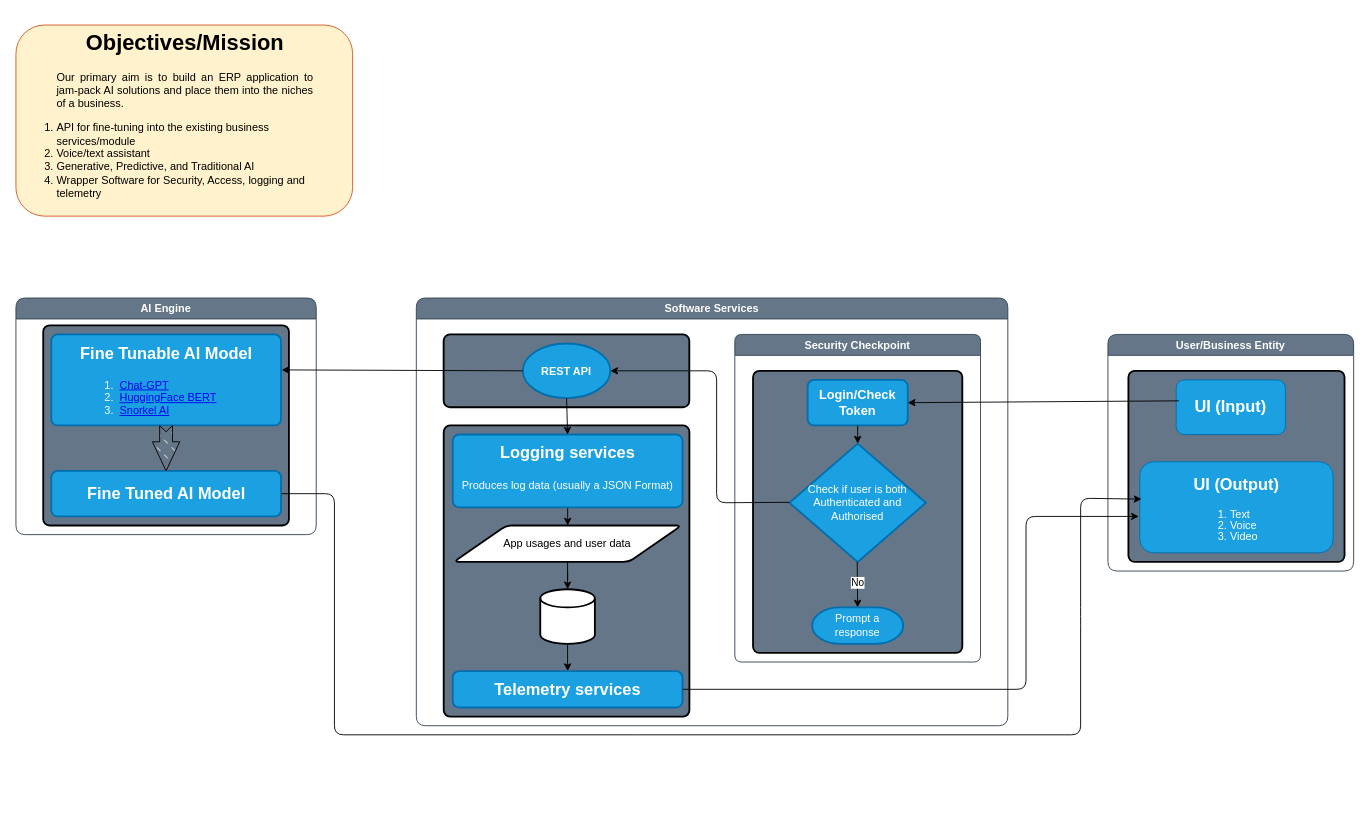
Above: System-Design.drawio in Pramosh-Sursa/AI-POC (draw.io), before the change. Source tidied: cells renumbered, new cells numbered last; positions are measured from the earlier drawing's top-left corner, leaving out a move shared by most shapes. Both pictures are drawn from the tidied source at 91%, with x=0, y=0 at pixel (15, 25).
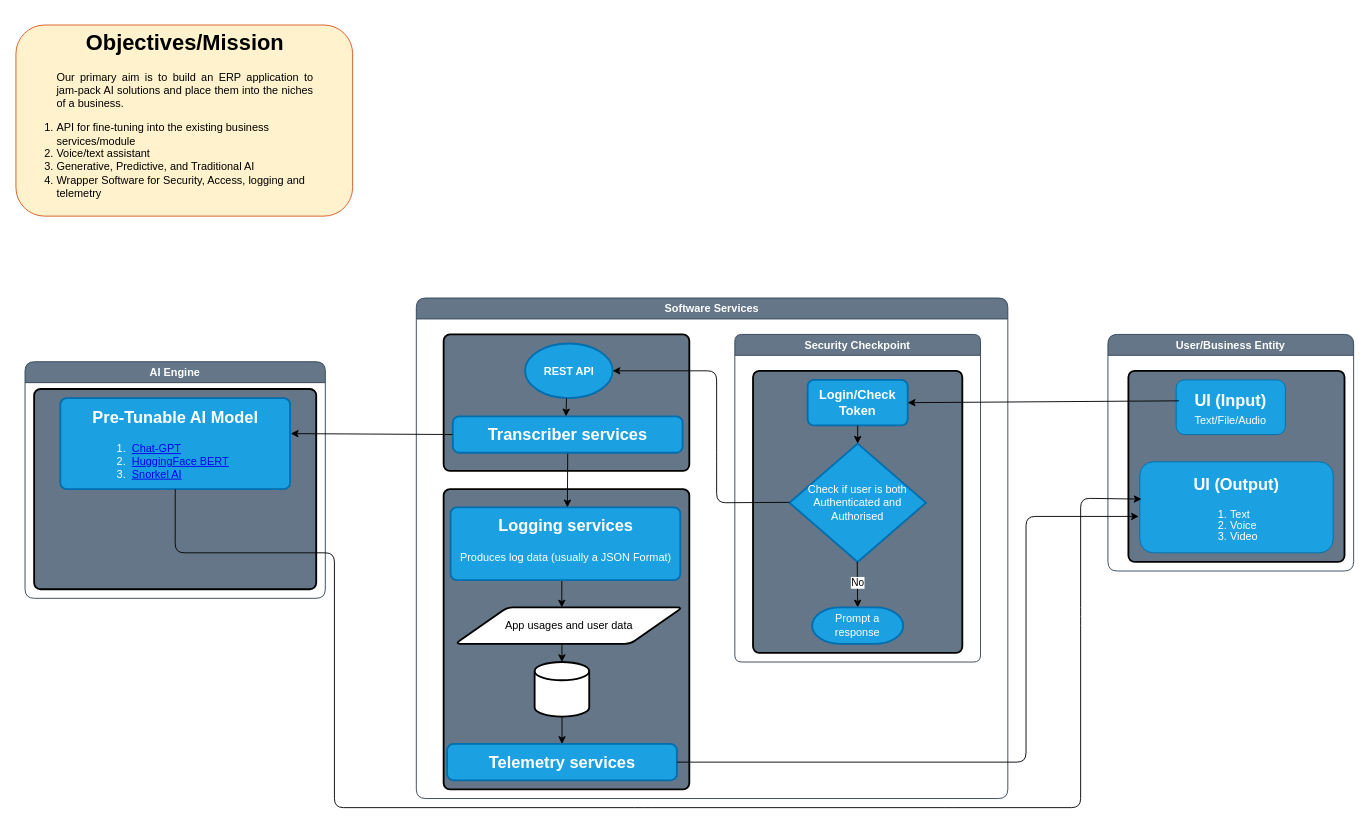
After the change.

Commit message:
AI engine and the REST API is updated

The change refers to these unchanged cells:
```xml
<mxCell id="8" value="User/Business Entity" style="swimlane;whiteSpace=wrap;html=1;rounded=1;fillColor=#647687;fontColor=#ffffff;strokeColor=#314354;" parent="1" vertex="1">
  <mxGeometry x="1200" y="340" width="270" height="260" as="geometry" />
</mxCell>
<mxCell id="11" value="&lt;p style=&quot;line-height: 120%;&quot;&gt;&lt;/p&gt;&lt;h2&gt;UI (Output)&lt;/h2&gt;&lt;div align=&quot;left&quot;&gt;&lt;ol style=&quot;line-height: 100%;&quot;&gt;&lt;li&gt;Text&lt;/li&gt;&lt;li&gt;Voice&lt;/li&gt;&lt;li&gt;Video&lt;/li&gt;&lt;/ol&gt;&lt;/div&gt;&lt;p&gt;&lt;/p&gt;" style="rounded=1;whiteSpace=wrap;html=1;fillColor=#1ba1e2;fontColor=#ffffff;strokeColor=#006EAF;" parent="8" vertex="1">
  <mxGeometry x="35" y="140" width="212.5" height="100" as="geometry" />
</mxCell>
```

Change to the diagram source:
```diff
@@
     <mxCell id="2" value="&lt;div&gt;AI Engine&lt;/div&gt;" style="swimlane;whiteSpace=wrap;html=1;rounded=1;fillColor=#647687;fontColor=#ffffff;strokeColor=#314354;glass=0;fillStyle=auto;gradientColor=none;" parent="1" vertex="1">
-      <mxGeometry y="300" width="330" height="260" as="geometry" />
+      <mxGeometry x="10" y="370" width="330" height="260" as="geometry" />
     </mxCell>
     <mxCell id="3" style="rounded=1;whiteSpace=wrap;html=1;absoluteArcSize=1;arcSize=14;strokeWidth=2;fillColor=#647687;" parent="2" vertex="1">
-      <mxGeometry x="30" y="30" width="270" height="220" as="geometry" />
+      <mxGeometry x="10" y="30" width="310" height="220" as="geometry" />
     </mxCell>
-    <mxCell id="4" value="&lt;h2&gt;Fine Tunable AI Model&lt;/h2&gt;&lt;div align=&quot;left&quot;&gt;&lt;ol&gt;&lt;li&gt;&amp;nbsp;&lt;a href=&quot;https://platform.openai.com/docs/guides/fine-tuning&quot;&gt;Chat-GPT&lt;/a&gt;&lt;/li&gt;&lt;li&gt;&amp;nbsp;&lt;a href=&quot;https://huggingface.co/distilbert-base-uncased&quot;&gt;HuggingFace BERT&lt;/a&gt;&lt;/li&gt;&lt;li&gt;&amp;nbsp;&lt;a href=&quot;https://snorkel.ai/snorkel-flow/model-training/&quot;&gt;Snorkel AI&lt;/a&gt;&lt;br&gt;&lt;/li&gt;&lt;/ol&gt;&lt;/div&gt;" style="rounded=1;whiteSpace=wrap;html=1;absoluteArcSize=1;arcSize=14;strokeWidth=2;fillColor=#1ba1e2;fontColor=#ffffff;strokeColor=#006EAF;" parent="2" vertex="1">
+    <mxCell id="4" value="&lt;h2&gt;Pre-Tunable AI Model&lt;/h2&gt;&lt;div align=&quot;left&quot;&gt;&lt;ol&gt;&lt;li&gt;&amp;nbsp;&lt;a href=&quot;https://platform.openai.com/docs/guides/fine-tuning&quot;&gt;Chat-GPT&lt;/a&gt;&lt;/li&gt;&lt;li&gt;&amp;nbsp;&lt;a href=&quot;https://huggingface.co/distilbert-base-uncased&quot;&gt;HuggingFace BERT&lt;/a&gt;&lt;/li&gt;&lt;li&gt;&amp;nbsp;&lt;a href=&quot;https://snorkel.ai/snorkel-flow/model-training/&quot;&gt;Snorkel AI&lt;/a&gt;&lt;br&gt;&lt;/li&gt;&lt;/ol&gt;&lt;/div&gt;" style="rounded=1;whiteSpace=wrap;html=1;absoluteArcSize=1;arcSize=14;strokeWidth=2;fillColor=#1ba1e2;fontColor=#ffffff;strokeColor=#006EAF;" parent="2" vertex="1">
       <mxGeometry x="38.8" y="40" width="252.5" height="100" as="geometry" />
     </mxCell>
-    <mxCell id="5" value="&lt;h2&gt;Fine Tuned AI Model&lt;/h2&gt;" style="rounded=1;whiteSpace=wrap;html=1;absoluteArcSize=1;arcSize=14;strokeWidth=2;fillColor=#1ba1e2;fontColor=#ffffff;strokeColor=#006EAF;" parent="2" vertex="1">
-      <mxGeometry x="38.8" y="190" width="252.5" height="50" as="geometry" />
-    </mxCell>
-    <mxCell id="6" style="html=1;shadow=0;dashed=0;align=center;verticalAlign=middle;shape=mxgraph.arrows2.arrow;dy=0.53;dx=32;direction=south;notch=7;rounded=1;fillStyle=dashed;" parent="2" vertex="1">
-      <mxGeometry x="150" y="140" width="30" height="50" as="geometry" />
-    </mxCell>
@@
-    <mxCell id="10" value="&lt;h2&gt;UI (Input)&lt;/h2&gt;" style="rounded=1;whiteSpace=wrap;html=1;fillColor=#1ba1e2;fontColor=#ffffff;strokeColor=#006EAF;" parent="8" vertex="1">
+    <mxCell id="10" value="&lt;h2 style=&quot;line-height: 0%;&quot;&gt;UI (Input)&lt;/h2&gt;&lt;div style=&quot;&quot;&gt;Text/File/Audio&lt;br&gt;&lt;/div&gt;" style="rounded=1;whiteSpace=wrap;html=1;fillColor=#1ba1e2;fontColor=#ffffff;strokeColor=#006EAF;" parent="8" vertex="1">
       <mxGeometry x="75" y="50" width="120" height="60" as="geometry" />
     </mxCell>
@@
-    <mxCell id="12" style="endArrow=classic;html=1;rounded=1;entryX=0.009;entryY=0.41;entryDx=0;entryDy=0;entryPerimeter=0;exitX=1;exitY=0.5;exitDx=0;exitDy=0;" parent="1" edge="1" source="5" target="11">
+    <mxCell id="12" style="endArrow=classic;html=1;rounded=1;entryX=0.009;entryY=0.41;entryDx=0;entryDy=0;entryPerimeter=0;exitX=0.5;exitY=1;exitDx=0;exitDy=0;" parent="1" edge="1" source="4" target="11">
       <mxGeometry relative="1" as="geometry">
         <Array as="points">
-          <mxPoint x="350" y="515" />
-          <mxPoint x="350" y="780" />
-          <mxPoint x="690" y="780" />
-          <mxPoint x="1010" y="780" />
-          <mxPoint x="1170" y="780" />
+          <mxPoint x="175" y="580" />
+          <mxPoint x="350" y="580" />
+          <mxPoint x="350" y="860" />
+          <mxPoint x="690" y="860" />
+          <mxPoint x="1020" y="860" />
+          <mxPoint x="1170" y="860" />
           <mxPoint x="1170" y="650" />
           <mxPoint x="1170" y="520" />
         </Array>
       </mxGeometry>
     </mxCell>
     <mxCell id="13" value="Software Services" style="swimlane;whiteSpace=wrap;html=1;rounded=1;fillColor=#647687;fontColor=#ffffff;strokeColor=#314354;glass=0;fillStyle=auto;gradientColor=none;" parent="1" vertex="1">
-      <mxGeometry x="440" y="300" width="650" height="470" as="geometry" />
+      <mxGeometry x="440" y="300" width="650" height="550" as="geometry" />
     </mxCell>
     <mxCell id="14" style="rounded=1;whiteSpace=wrap;html=1;absoluteArcSize=1;arcSize=14;strokeWidth=2;fillColor=#647687;" parent="13" vertex="1">
-      <mxGeometry x="30" y="40" width="270" height="80" as="geometry" />
+      <mxGeometry x="30" y="40" width="270" height="150" as="geometry" />
     </mxCell>
     <mxCell id="15" value="&lt;h3 style=&quot;line-height: 0%;&quot;&gt;&lt;b&gt;&lt;font style=&quot;font-size: 12px;&quot;&gt;REST API&lt;/font&gt;&lt;/b&gt;&lt;/h3&gt;" style="strokeWidth=2;html=1;shape=mxgraph.flowchart.start_1;whiteSpace=wrap;rounded=1;fillColor=#1ba1e2;fontColor=#ffffff;strokeColor=#006EAF;" parent="13" vertex="1">
-      <mxGeometry x="117" y="50" width="96.2" height="60" as="geometry" />
+      <mxGeometry x="119.5" y="50" width="96.2" height="60" as="geometry" />
     </mxCell>
@@
     <mxCell id="26" style="rounded=1;whiteSpace=wrap;html=1;absoluteArcSize=1;arcSize=14;strokeWidth=2;fillColor=#647687;" parent="13" vertex="1">
-      <mxGeometry x="30.1" y="140" width="270" height="320" as="geometry" />
+      <mxGeometry x="30" y="210" width="270" height="330" as="geometry" />
     </mxCell>
-    <mxCell id="27" style="edgeStyle=orthogonalEdgeStyle;rounded=0;jettySize=auto;html=1;" parent="13" edge="1" source="28" target="34">
-      <mxGeometry relative="1" as="geometry" />
+    <mxCell id="27" style="edgeStyle=orthogonalEdgeStyle;rounded=0;jettySize=auto;html=1;entryX=0.5;entryY=0;entryDx=0;entryDy=0;" parent="13" edge="1" source="28" target="34">
+      <mxGeometry relative="1" as="geometry">
+        <Array as="points">
+          <mxPoint x="160" y="480" />
+        </Array>
+      </mxGeometry>
     </mxCell>
     <mxCell id="28" style="strokeWidth=2;html=1;shape=mxgraph.flowchart.database;whiteSpace=wrap;" parent="13" vertex="1">
-      <mxGeometry x="136.2" y="320" width="60" height="60" as="geometry" />
+      <mxGeometry x="130" y="400" width="60" height="60" as="geometry" />
     </mxCell>
-    <mxCell id="29" style="edgeStyle=orthogonalEdgeStyle;rounded=0;jettySize=auto;html=1;" parent="13" edge="1" source="30" target="28">
-      <mxGeometry relative="1" as="geometry" />
-    </mxCell>
     <mxCell id="30" value="App usages and user data " style="shape=parallelogram;html=1;strokeWidth=2;perimeter=parallelogramPerimeter;whiteSpace=wrap;rounded=1;arcSize=12;size=0.23;" parent="13" vertex="1">
-      <mxGeometry x="41.2" y="250" width="250" height="40" as="geometry" />
+      <mxGeometry x="42.6" y="340" width="250" height="40" as="geometry" />
     </mxCell>
-    <mxCell id="31" style="edgeStyle=orthogonalEdgeStyle;rounded=0;jettySize=auto;html=1;" parent="13" edge="1" source="32" target="30">
+    <mxCell id="31" style="edgeStyle=orthogonalEdgeStyle;rounded=0;jettySize=auto;html=1;exitX=0.5;exitY=1;exitDx=0;exitDy=0;entryX=0.469;entryY=0;entryDx=0;entryDy=0;entryPerimeter=0;" parent="13" edge="1" source="32" target="30">
       <mxGeometry relative="1" as="geometry" />
     </mxCell>
     <mxCell id="32" value="&lt;p style=&quot;line-height: 120%;&quot;&gt;&lt;/p&gt;&lt;h2 style=&quot;line-height: 0%;&quot;&gt;Logging services&lt;br&gt;&lt;/h2&gt;&lt;div&gt;&lt;br&gt;&lt;/div&gt;&lt;div style=&quot;line-height: 120%;&quot;&gt;Produces log data (usually a JSON Format)&lt;/div&gt;&lt;p&gt;&lt;/p&gt;" style="rounded=1;whiteSpace=wrap;html=1;absoluteArcSize=1;arcSize=14;strokeWidth=2;fillColor=#1ba1e2;fontColor=#ffffff;strokeColor=#006EAF;" parent="13" vertex="1">
-      <mxGeometry x="40" y="150" width="252.5" height="80" as="geometry" />
+      <mxGeometry x="37.6" y="230" width="252.5" height="80" as="geometry" />
     </mxCell>
-    <mxCell id="33" style="endArrow=classic;html=1;rounded=0;exitX=0.5;exitY=1;exitDx=0;exitDy=0;exitPerimeter=0;entryX=0.5;entryY=0;entryDx=0;entryDy=0;" parent="13" edge="1" source="15" target="32">
-      <mxGeometry relative="1" as="geometry" />
+    <mxCell id="33" style="endArrow=classic;html=1;rounded=0;exitX=0.5;exitY=1;exitDx=0;exitDy=0;" parent="13" edge="1" source="38">
+      <mxGeometry relative="1" as="geometry">
+        <mxPoint x="166" y="230" as="targetPoint" />
+      </mxGeometry>
     </mxCell>
     <mxCell id="34" value="&lt;p style=&quot;line-height: 120%;&quot;&gt;&lt;/p&gt;&lt;h2 style=&quot;line-height: 0%;&quot;&gt;Telemetry services&lt;br&gt;&lt;/h2&gt;&lt;p&gt;&lt;/p&gt;" style="rounded=1;whiteSpace=wrap;html=1;absoluteArcSize=1;arcSize=14;strokeWidth=2;fillColor=#1ba1e2;fontColor=#ffffff;strokeColor=#006EAF;" parent="13" vertex="1">
-      <mxGeometry x="40" y="410" width="252.5" height="40" as="geometry" />
+      <mxGeometry x="33.8" y="490" width="252.5" height="40" as="geometry" />
     </mxCell>
-    <mxCell id="35" style="endArrow=classic;html=1;rounded=1;entryX=-0.005;entryY=0.6;entryDx=0;entryDy=0;entryPerimeter=0;" parent="13" edge="1" target="11">
-      <mxGeometry relative="1" as="geometry">
-        <mxPoint x="292.5" y="430" as="sourcePoint" />
-        <Array as="points">
-          <mxPoint x="670" y="430" />
-          <mxPoint x="670" y="240" />
-        </Array>
-      </mxGeometry>
-    </mxCell>
+    <mxCell id="38" value="&lt;p style=&quot;line-height: 120%;&quot;&gt;&lt;/p&gt;&lt;h2 style=&quot;line-height: 0%;&quot;&gt;Transcriber services&lt;br&gt;&lt;/h2&gt;&lt;p&gt;&lt;/p&gt;" style="rounded=1;whiteSpace=wrap;html=1;absoluteArcSize=1;arcSize=14;strokeWidth=2;fillColor=#1ba1e2;fontColor=#ffffff;strokeColor=#006EAF;" parent="13" vertex="1">
+      <mxGeometry x="40.1" y="130" width="252.5" height="40" as="geometry" />
+    </mxCell>
+    <mxCell id="39" style="endArrow=classic;html=1;rounded=0;entryX=0.5;entryY=0;entryDx=0;entryDy=0;" parent="13" edge="1">
+      <mxGeometry relative="1" as="geometry">
+        <mxPoint x="165" y="110" as="sourcePoint" />
+        <mxPoint x="164.5" y="130" as="targetPoint" />
+      </mxGeometry>
+    </mxCell>
+    <mxCell id="40" style="endArrow=classic;html=1;rounded=0;entryX=0.5;entryY=0;entryDx=0;entryDy=0;entryPerimeter=0;" parent="13" edge="1" target="28">
+      <mxGeometry relative="1" as="geometry">
+        <mxPoint x="160" y="380" as="sourcePoint" />
+      </mxGeometry>
+    </mxCell>
-    <mxCell id="36" style="endArrow=classic;html=1;rounded=0;entryX=1.003;entryY=0.39;entryDx=0;entryDy=0;exitX=0;exitY=0.5;exitDx=0;exitDy=0;exitPerimeter=0;entryPerimeter=0;" parent="1" edge="1" source="15" target="4">
+    <mxCell id="36" style="endArrow=classic;html=1;rounded=0;entryX=1.003;entryY=0.39;entryDx=0;entryDy=0;exitX=0;exitY=0.5;exitDx=0;exitDy=0;entryPerimeter=0;" parent="1" edge="1" source="38" target="4">
       <mxGeometry relative="1" as="geometry" />
     </mxCell>
@@
+    <mxCell id="35" style="endArrow=classic;html=1;rounded=1;entryX=-0.005;entryY=0.6;entryDx=0;entryDy=0;entryPerimeter=0;exitX=1;exitY=0.5;exitDx=0;exitDy=0;" parent="1" edge="1" source="34" target="11">
+      <mxGeometry relative="1" as="geometry">
+        <Array as="points">
+          <mxPoint x="1110" y="810" />
+          <mxPoint x="1110" y="540" />
+        </Array>
+      </mxGeometry>
+    </mxCell>
```
